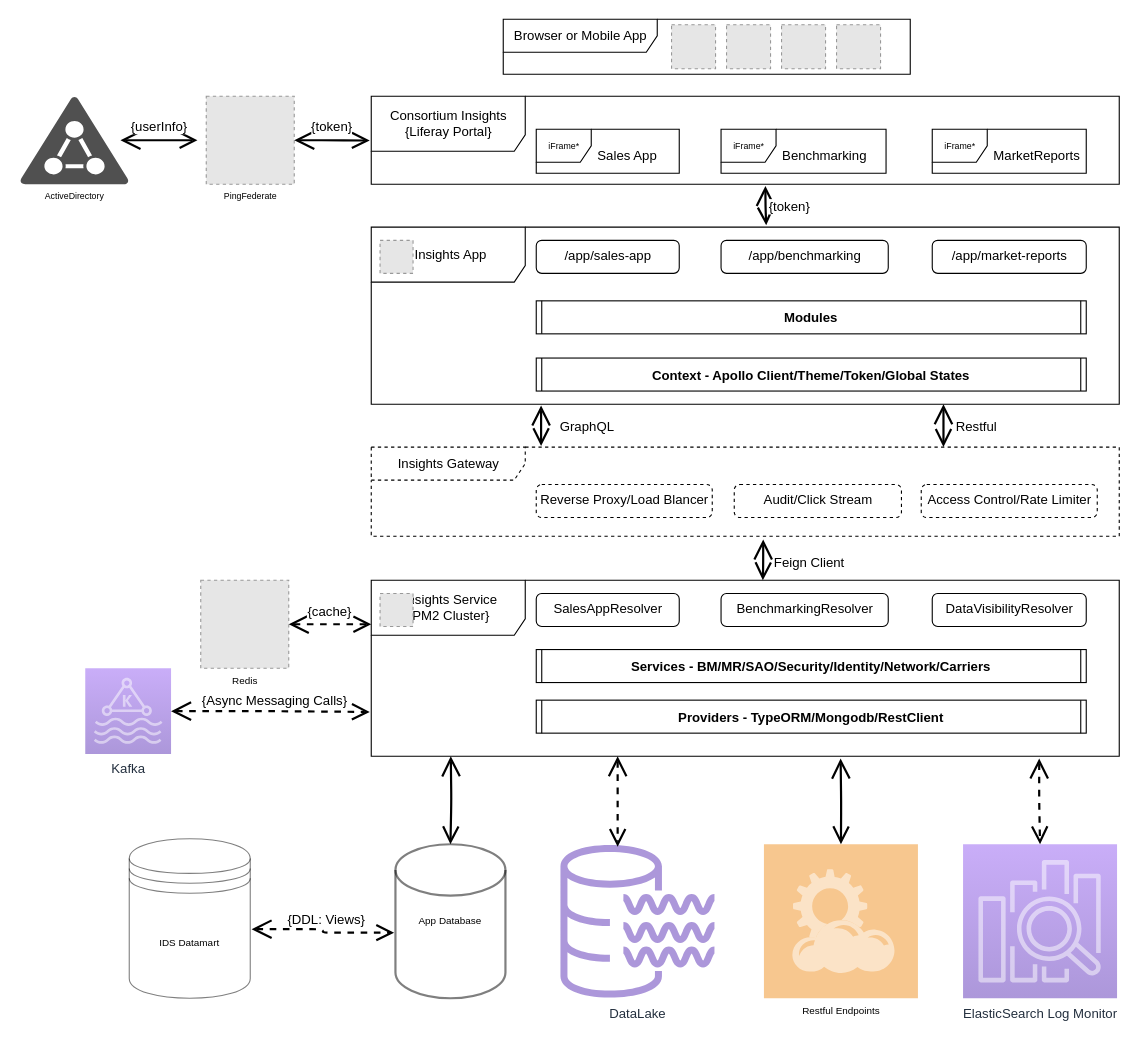
The draw.io diagram page "Roadmap 2020+" (2 of 2) of docs/Untitled Diagram.drawio in JuanyongZhang/leetcode, before the edit. Source tidied: cells renumbered, new cells numbered last; positions are measured from the earlier drawing's top-left corner, leaving out a move shared by most shapes. Both pictures are drawn from the tidied source at 110%, with x=0, y=0 at pixel (19, 19). Pictures stored in the file or linked from it are replaced by grey dashed boxes.
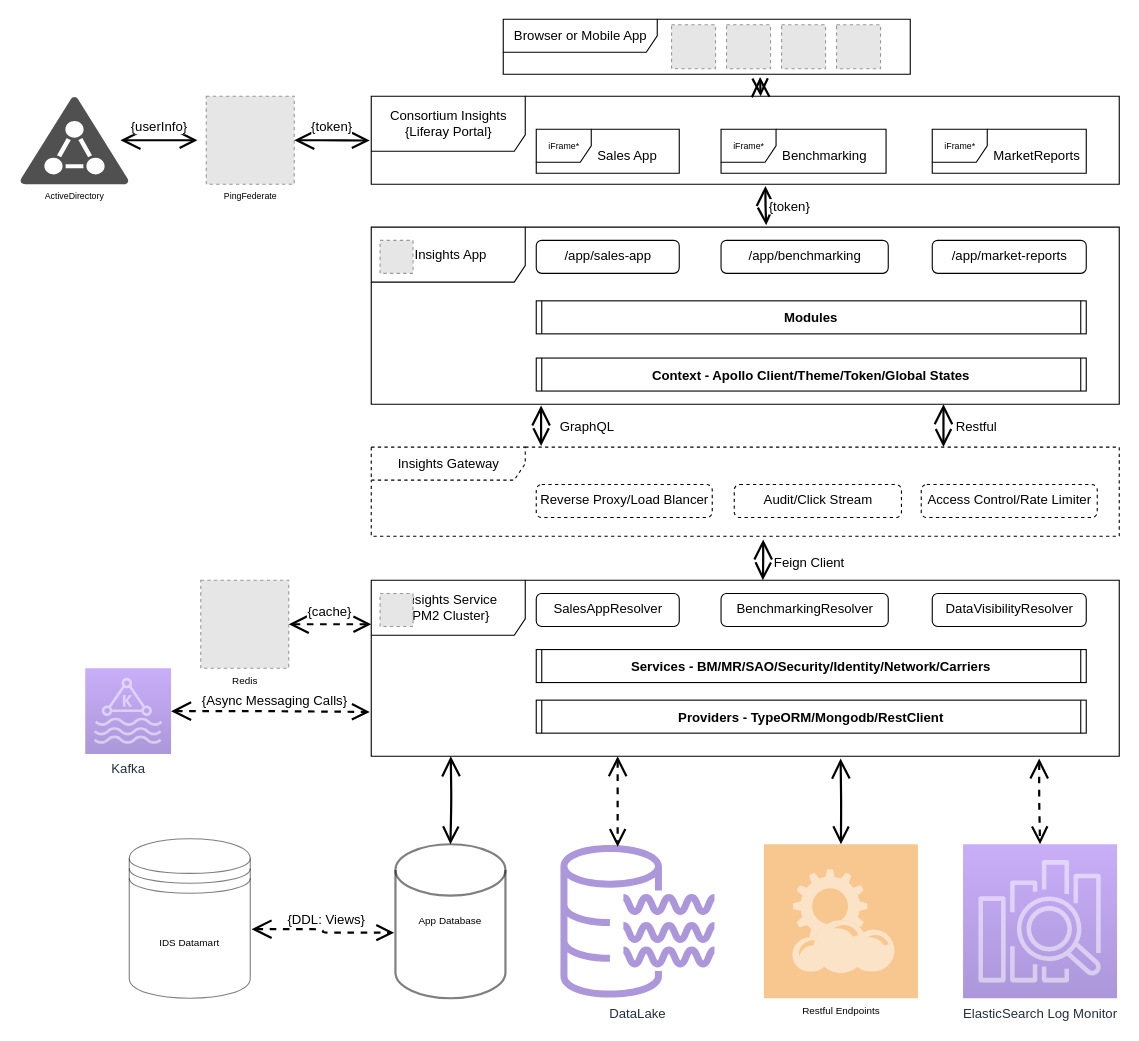
The same page after the edit.

Unchanged cells that the change refers to:
```xml
<mxCell id="2" value="Browser or Mobile App" style="shape=umlFrame;tabWidth=110;tabHeight=30;tabPosition=left;html=1;boundedLbl=1;labelInHeader=1;width=140;height=30;" parent="1" vertex="1">
  <mxGeometry x="440" width="370" height="50" as="geometry" />
</mxCell>
```

Diff of the diagram source:
```diff
@@
+    <mxCell id="54" value="&lt;br&gt;" style="endArrow=open;html=1;endSize=12;startArrow=open;startSize=14;startFill=0;edgeStyle=orthogonalEdgeStyle;align=center;verticalAlign=bottom;endFill=0;strokeWidth=2;fillColor=#ffffff;fontSize=12;exitX=0.631;exitY=1.05;exitDx=0;exitDy=0;exitPerimeter=0;" parent="1" edge="1" source="2">
+      <mxGeometry x="0.6" y="21" relative="1" as="geometry">
+        <mxPoint x="674" y="70" as="targetPoint" />
+      </mxGeometry>
+    </mxCell>
```
